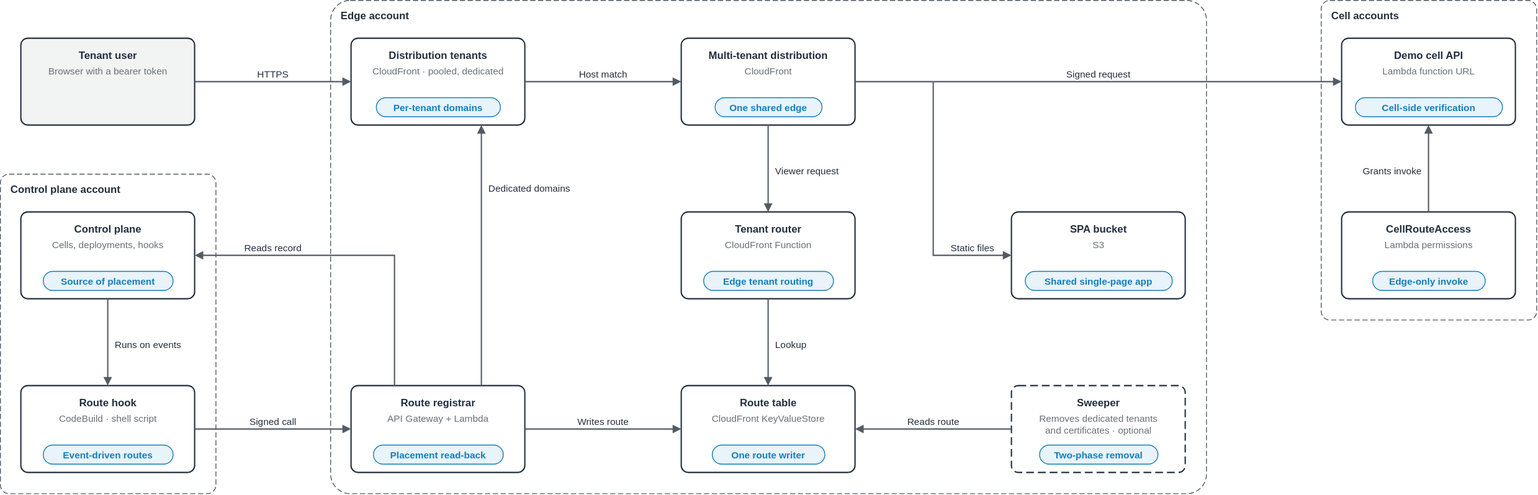
The draw.io diagram samples/tenant-front-door/diagrams/tenant-front-door.components.drawio.svg in aws-samples/sample-agentic-ai-acceleration-patterns, before a commit. Source tidied: cells renumbered, new cells last; positions are measured from the earlier drawing's top-left corner, leaving out a move shared by most shapes.
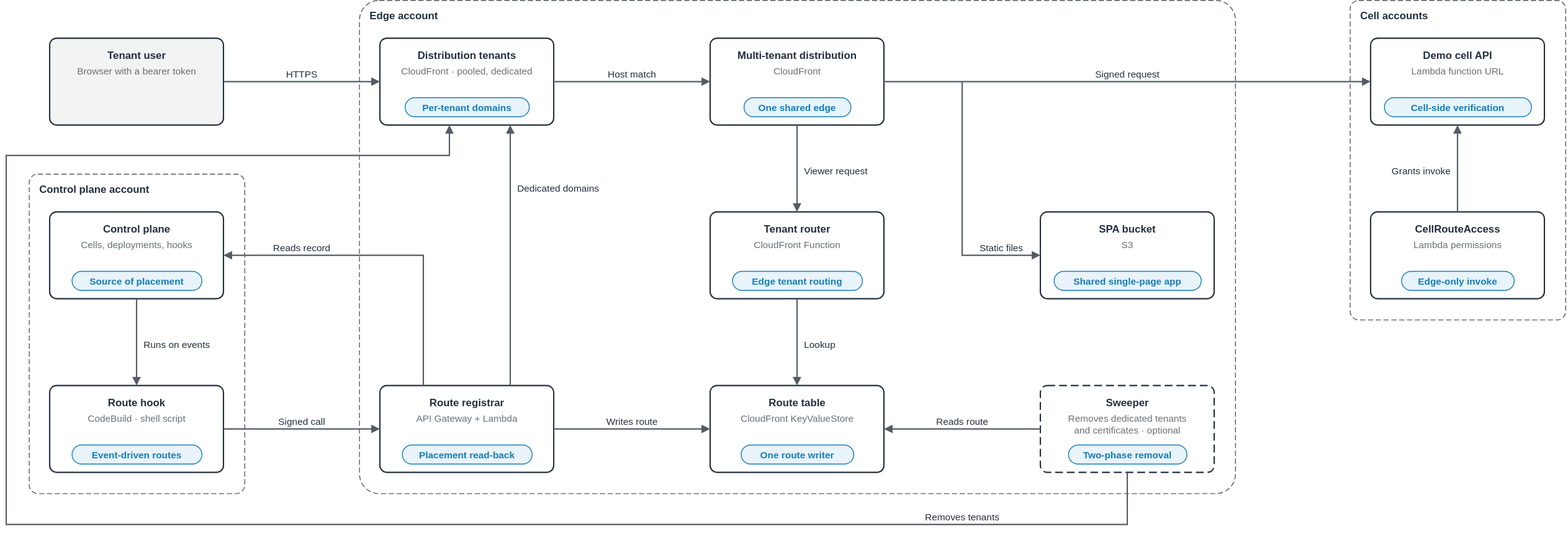
Later version of the same file.

Commit message:
tenant-front-door: diagrams show the distribution tenants, the registrar and sweeper edges to them and the certificate, and both sweeper schedules

What changed in the source:
```diff
@@ -246,5 +246,18 @@
     <mxCell id="78" value="Dedicated domains" style="text;html=0;align=left;verticalAlign=top;fontSize=11;fontStyle=0;fontColor=#232F3E;spacing=0;spacingTop=0;" parent="1" vertex="1">
       <mxGeometry x="562" y="206" width="108.7" height="16" as="geometry" />
     </mxCell>
+    <mxCell id="79" style="edgeStyle=orthogonalEdgeStyle;rounded=0;html=0;strokeColor=#545B64;strokeWidth=1.5;endArrow=block;endFill=1;exitX=0.5;exitY=1;exitDx=0;exitDy=0;entryX=0.4;entryY=1;entryDx=0;entryDy=0;" parent="1" edge="1" source="40" target="8">
+      <mxGeometry relative="1" as="geometry">
+        <Array as="points">
+          <mxPoint x="1264" y="604" />
+          <mxPoint x="-26" y="604" />
+          <mxPoint x="-26" y="179" />
+          <mxPoint x="484" y="179" />
+        </Array>
+      </mxGeometry>
+    </mxCell>
+    <mxCell id="80" value="Removes tenants" style="text;html=0;align=center;verticalAlign=top;fontSize=11;fontStyle=0;fontColor=#232F3E;spacing=0;spacingTop=0;" parent="1" vertex="1">
+      <mxGeometry x="1025.8" y="584" width="96.4" height="16" as="geometry" />
+    </mxCell>
   </root>
 </mxGraphModel>
```
